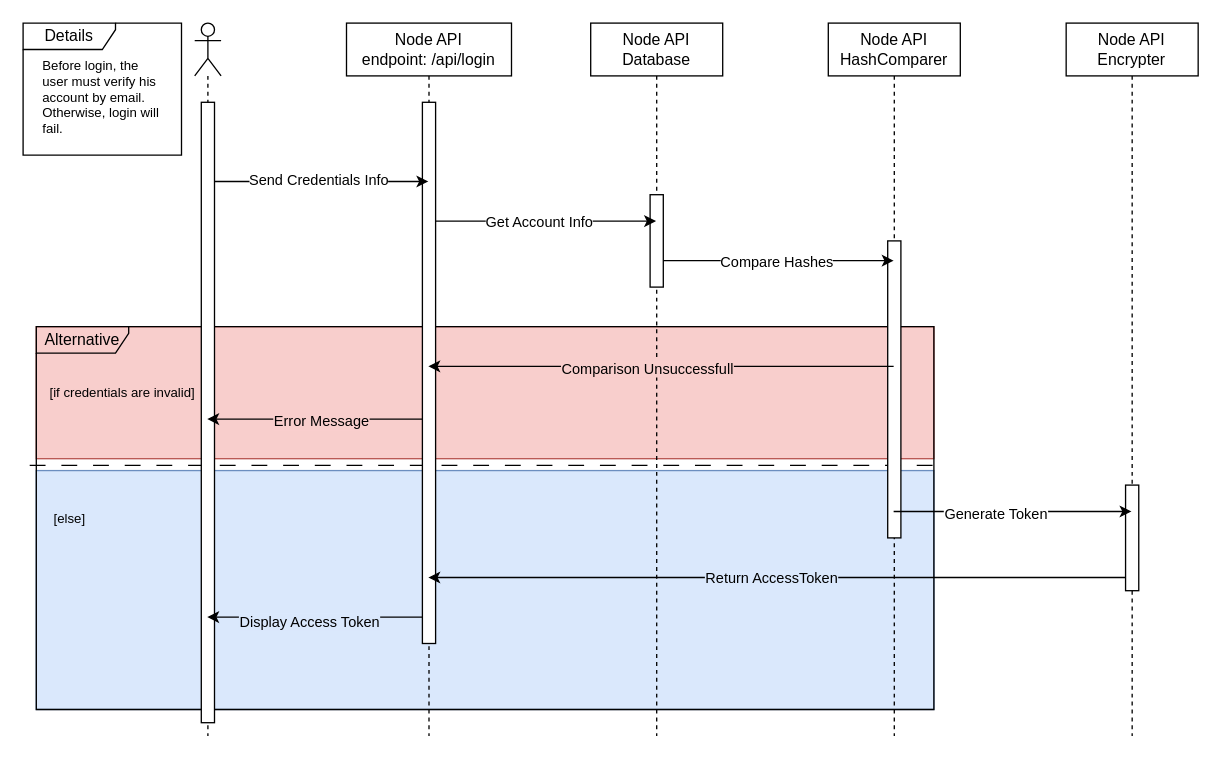
Before: diagrams/UML/node-api.login.sequence.drawio in guimassoqueto/node-clean-api, a draw.io diagram. Source tidied: cells renumbered, new cells numbered last; positions are measured from the earlier drawing's top-left corner, leaving out a move shared by most shapes. Both pictures are drawn from the tidied source at 132%, with x=0, y=0 at pixel (22, 22).
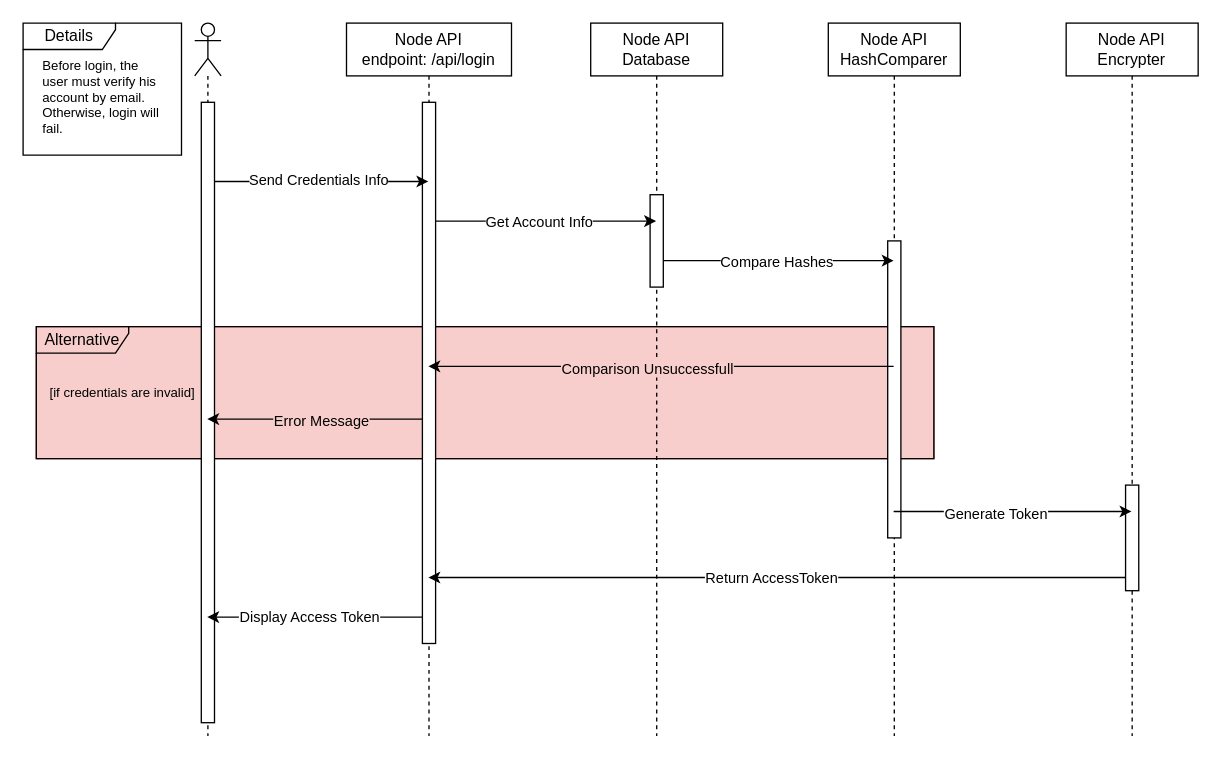
After the change.

Commit message (it also covers changes not shown here):
docs: update login sequence diagram

The change refers to these unchanged cells:
```xml
<mxCell id="28" style="edgeStyle=elbowEdgeStyle;rounded=0;jettySize=auto;html=1;elbow=vertical;curved=0;" parent="1" edge="1" source="27" target="8">
  <mxGeometry relative="1" as="geometry">
    <Array as="points">
      <mxPoint x="750" y="420" />
      <mxPoint x="830" y="560" />
      <mxPoint x="780" y="570" />
      <mxPoint x="800" y="560" />
    </Array>
  </mxGeometry>
</mxCell>
<mxCell id="32" style="edgeStyle=elbowEdgeStyle;rounded=0;jettySize=auto;html=1;elbow=vertical;curved=0;" parent="1" edge="1" source="9" target="6">
  <mxGeometry relative="1" as="geometry">
    <Array as="points">
      <mxPoint x="230" y="450" />
    </Array>
  </mxGeometry>
</mxCell>
```

The edit, as a diff of the source:
```diff
@@
-    <mxCell id="2" style="line;strokeWidth=1;fillColor=none;align=left;verticalAlign=middle;spacingTop=-1;spacingLeft=3;spacingRight=3;labelPosition=right;strokeColor=inherit;dashed=1;dashPattern=12 12;" parent="1" vertex="1">
-      <mxGeometry x="5" y="331" width="695" height="8" as="geometry" />
-    </mxCell>
-    <mxCell id="3" style="rounded=0;whiteSpace=wrap;html=1;fillColor=#DAE8FC;strokeColor=#6c8ebf;" parent="1" vertex="1">
-      <mxGeometry x="10" y="339" width="680" height="181" as="geometry" />
-    </mxCell>
@@
     <mxCell id="5" value="Alternative" style="shape=umlFrame;whiteSpace=wrap;html=1;width=70;height=20;fillColor=none;" parent="1" vertex="1">
-      <mxGeometry x="10" y="230" width="680" height="290" as="geometry" />
+      <mxGeometry x="10" y="230" width="680" height="100" as="geometry" />
     </mxCell>
@@
-    <mxCell id="21" value="&lt;font style=&quot;font-size: 10px;&quot;&gt;[else]&lt;/font&gt;" style="text;html=1;align=center;verticalAlign=middle;strokeColor=none;fillColor=none;" parent="1" vertex="1">
-      <mxGeometry x="10" y="360" width="50" height="30" as="geometry" />
-    </mxCell>
@@
-    <mxCell id="29" value="Return AccessToken" style="edgeLabel;html=1;align=center;verticalAlign=middle;labelBackgroundColor=#DAE8FC;" parent="28" vertex="1">
+    <mxCell id="29" value="Return AccessToken" style="edgeLabel;html=1;align=center;verticalAlign=middle;labelBackgroundColor=#FFFFFF;" parent="28" vertex="1">
       <mxGeometry x="0.02" y="2" relative="1" as="geometry">
         <mxPoint y="-2" as="offset" />
       </mxGeometry>
     </mxCell>
@@
-    <mxCell id="33" value="Display Access Token" style="edgeLabel;html=1;align=center;verticalAlign=middle;labelBackgroundColor=#DAE8FC;" parent="32" vertex="1">
-      <mxGeometry x="0.06" y="3" relative="1" as="geometry" />
+    <mxCell id="33" value="Display Access Token" style="edgeLabel;html=1;align=center;verticalAlign=middle;labelBackgroundColor=#FFFFFF;" parent="32" vertex="1">
+      <mxGeometry x="0.06" y="3" relative="1" as="geometry">
+        <mxPoint y="-4" as="offset" />
+      </mxGeometry>
     </mxCell>
```
